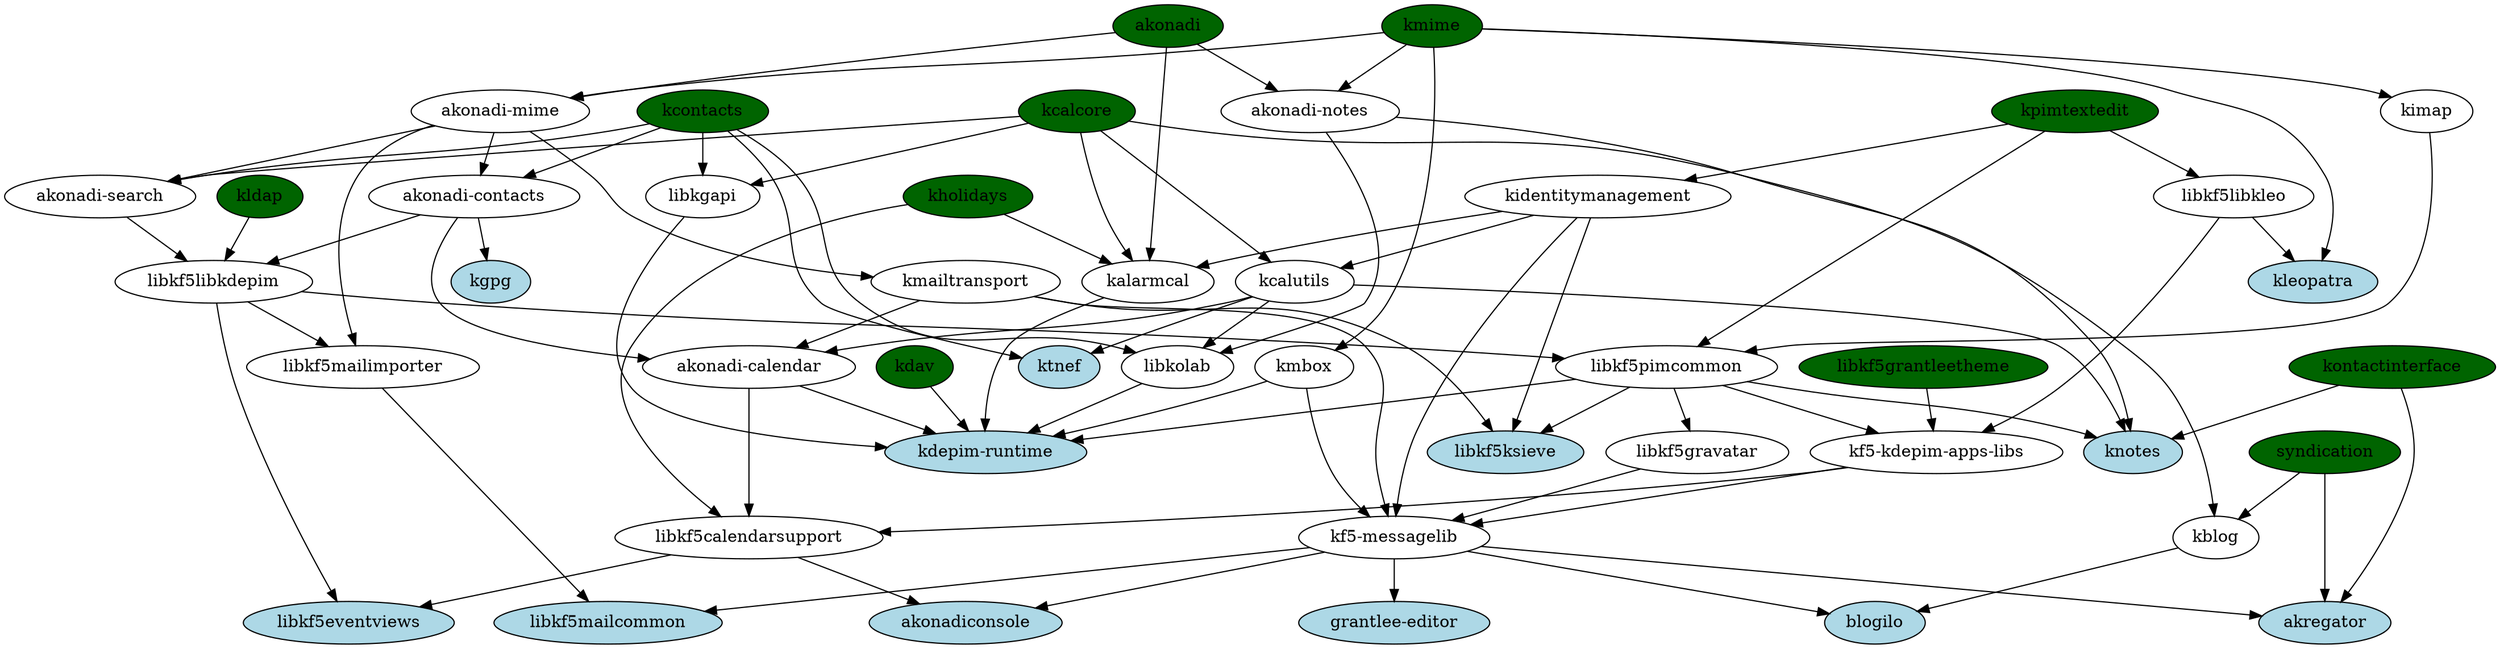
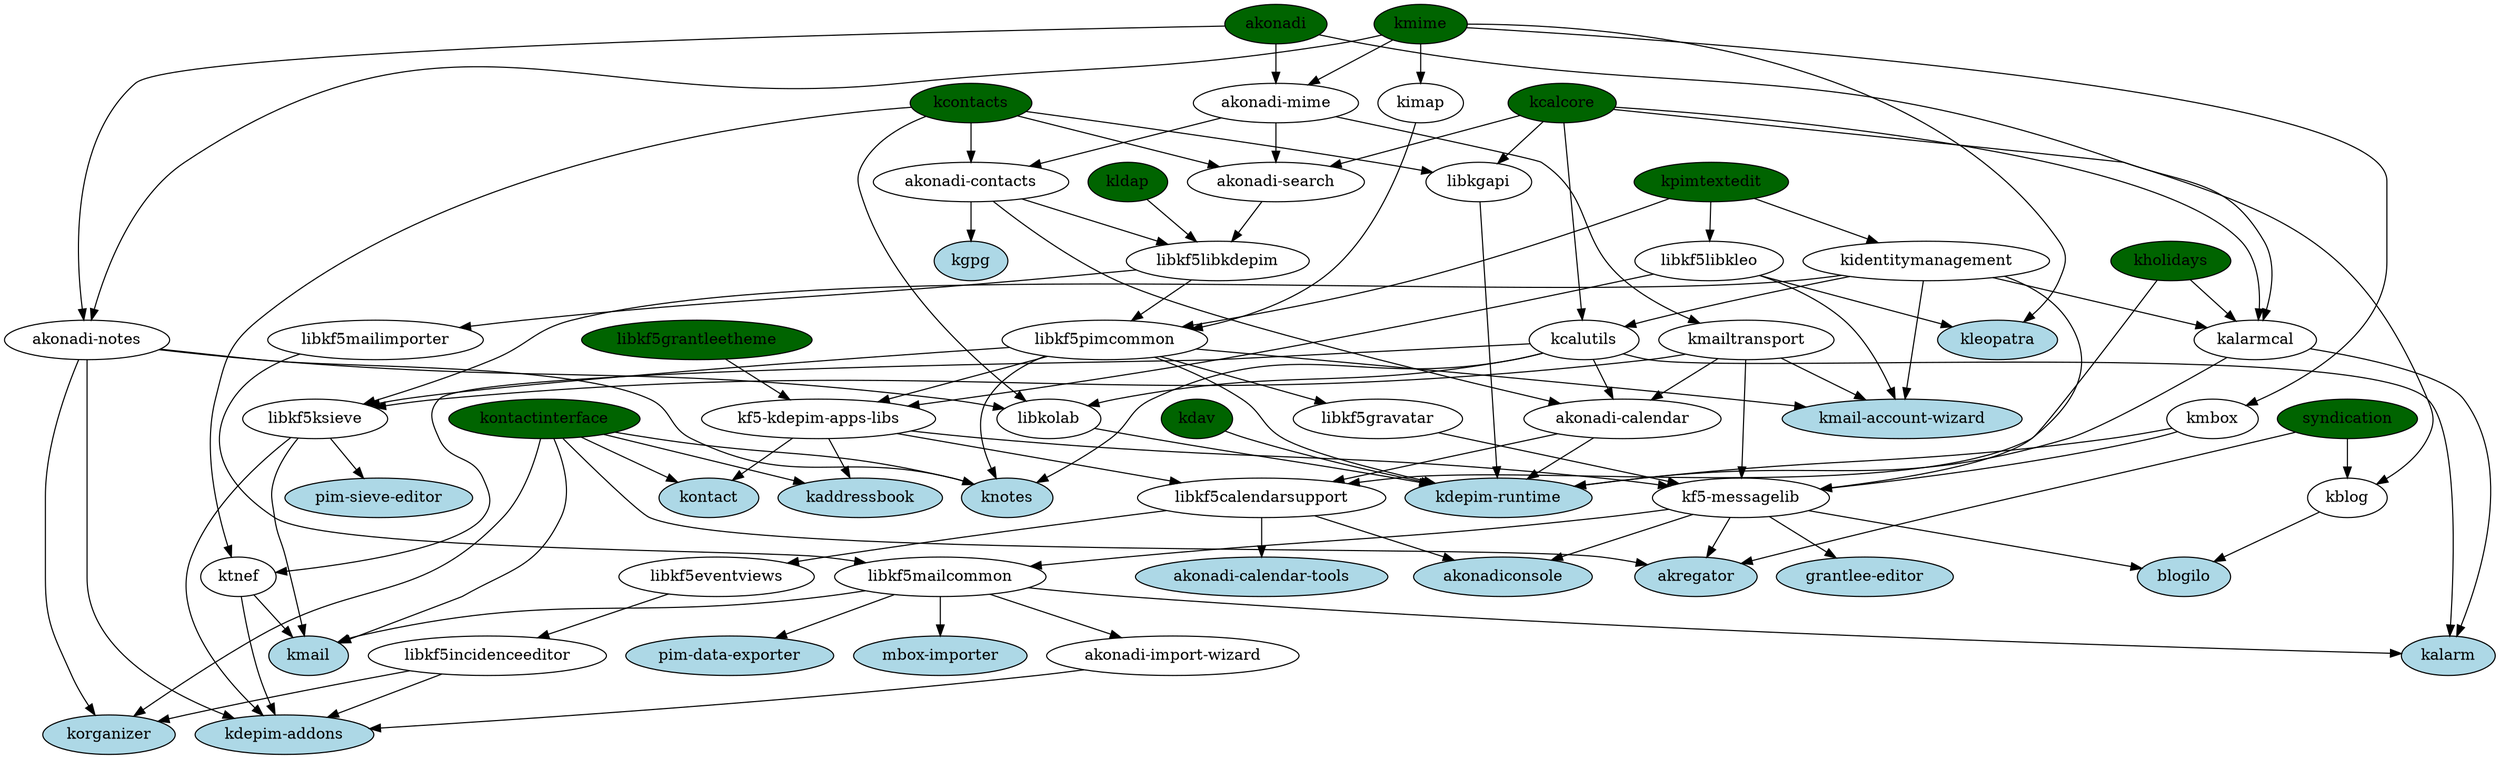
digraph pim {
  "kontactinterface" [fillcolor="darkgreen", style="filled"] ;
  "akonadi" [fillcolor="darkgreen", style="filled"] ;
-   "ktnef" [fillcolor="lightblue", style="filled"] ;
  "knotes" [fillcolor="lightblue", style="filled"] ;
  "libkf5grantleetheme" [fillcolor="darkgreen", style="filled"] ;
  "akonadiconsole" [fillcolor="lightblue", style="filled"] ;
+   "kalarm" [fillcolor="lightblue", style="filled"] ;
  "kmime" [fillcolor="darkgreen", style="filled"] ;
-   "kgpg" [fillcolor="lightblue", style="filled"] ;
-   "libkf5mailcommon" [fillcolor="lightblue", style="filled"] ;
+   "kmail-account-wizard" [fillcolor="lightblue", style="filled"] ;
  "kdepim-runtime" [fillcolor="lightblue", style="filled"] ;
+   "pim-data-exporter" [fillcolor="lightblue", style="filled"] ;
+   "mbox-importer" [fillcolor="lightblue", style="filled"] ;
  "grantlee-editor" [fillcolor="lightblue", style="filled"] ;
+   "kdepim-addons" [fillcolor="lightblue", style="filled"] ;
  "kleopatra" [fillcolor="lightblue", style="filled"] ;
  "kcontacts" [fillcolor="darkgreen", style="filled"] ;
  "kholidays" [fillcolor="darkgreen", style="filled"] ;
+   "korganizer" [fillcolor="lightblue", style="filled"] ;
+   "kaddressbook" [fillcolor="lightblue", style="filled"] ;
  "kdav" [fillcolor="darkgreen", style="filled"] ;
+   "akonadi-calendar-tools" [fillcolor="lightblue", style="filled"] ;
  "kpimtextedit" [fillcolor="darkgreen", style="filled"] ;
+   "kgpg" [fillcolor="lightblue", style="filled"] ;
+   "kmail" [fillcolor="lightblue", style="filled"] ;
  "kcalcore" [fillcolor="darkgreen", style="filled"] ;
  "kldap" [fillcolor="darkgreen", style="filled"] ;
  "syndication" [fillcolor="darkgreen", style="filled"] ;
  "blogilo" [fillcolor="lightblue", style="filled"] ;
  "akregator" [fillcolor="lightblue", style="filled"] ;
-   "libkf5ksieve" [fillcolor="lightblue", style="filled"] ;
-   "libkf5eventviews" [fillcolor="lightblue", style="filled"] ;
+   "pim-sieve-editor" [fillcolor="lightblue", style="filled"] ;
+   "kontact" [fillcolor="lightblue", style="filled"] ;
  "libkf5libkdepim" -> "libkf5mailimporter" ;
-   "akonadi-mime" -> "libkf5mailimporter" ;
  "kcalutils" -> "ktnef" ;
  "kcontacts" -> "ktnef" ;
  "kontactinterface" -> "knotes" ;
  "kcalutils" -> "knotes" ;
  "akonadi-notes" -> "knotes" ;
  "libkf5pimcommon" -> "knotes" ;
  "kcalcore" -> "kblog" ;
  "syndication" -> "kblog" ;
  "libkf5calendarsupport" -> "akonadiconsole" ;
  "kf5-messagelib" -> "akonadiconsole" ;
+   "libkf5eventviews" -> "libkf5incidenceeditor" ;
  "kcalcore" -> "kalarmcal" ;
  "akonadi" -> "kalarmcal" ;
  "kholidays" -> "kalarmcal" ;
  "kidentitymanagement" -> "kalarmcal" ;
  "kf5-kdepim-apps-libs" -> "kf5-messagelib" ;
  "kmailtransport" -> "kf5-messagelib" ;
  "libkf5gravatar" -> "kf5-messagelib" ;
  "kmbox" -> "kf5-messagelib" ;
  "kidentitymanagement" -> "kf5-messagelib" ;
+   "libkf5mailcommon" -> "kalarm" ;
+   "kcalutils" -> "kalarm" ;
+   "kalarmcal" -> "kalarm" ;
  "libkf5pimcommon" -> "libkf5gravatar" ;
  "kcalutils" -> "libkolab" ;
  "akonadi-notes" -> "libkolab" ;
  "kcontacts" -> "libkolab" ;
-   "akonadi-contacts" -> "kgpg" ;
+   "akonadi-mime" -> "akonadi-contacts" ;
+   "kcontacts" -> "akonadi-contacts" ;
  "libkf5mailimporter" -> "libkf5mailcommon" ;
  "kf5-messagelib" -> "libkf5mailcommon" ;
+   "kidentitymanagement" -> "kmail-account-wizard" ;
+   "libkf5libkleo" -> "kmail-account-wizard" ;
+   "kmailtransport" -> "kmail-account-wizard" ;
+   "libkf5pimcommon" -> "kmail-account-wizard" ;
  "akonadi-calendar" -> "kdepim-runtime" ;
  "libkgapi" -> "kdepim-runtime" ;
  "kalarmcal" -> "kdepim-runtime" ;
  "kdav" -> "kdepim-runtime" ;
  "libkf5pimcommon" -> "kdepim-runtime" ;
  "libkolab" -> "kdepim-runtime" ;
  "kmbox" -> "kdepim-runtime" ;
+   "libkf5mailcommon" -> "pim-data-exporter" ;
+   "libkf5mailcommon" -> "mbox-importer" ;
  "akonadi" -> "akonadi-mime" ;
  "kmime" -> "akonadi-mime" ;
  "kpimtextedit" -> "kidentitymanagement" ;
  "akonadi" -> "akonadi-notes" ;
  "kmime" -> "akonadi-notes" ;
  "kf5-messagelib" -> "grantlee-editor" ;
+   "ktnef" -> "kdepim-addons" ;
+   "libkf5incidenceeditor" -> "kdepim-addons" ;
+   "libkf5ksieve" -> "kdepim-addons" ;
+   "akonadi-import-wizard" -> "kdepim-addons" ;
+   "akonadi-notes" -> "kdepim-addons" ;
  "libkf5libkleo" -> "kleopatra" ;
  "kmime" -> "kleopatra" ;
  "libkf5grantleetheme" -> "kf5-kdepim-apps-libs" ;
  "libkf5libkleo" -> "kf5-kdepim-apps-libs" ;
  "libkf5pimcommon" -> "kf5-kdepim-apps-libs" ;
  "akonadi-contacts" -> "akonadi-calendar" ;
  "kmailtransport" -> "akonadi-calendar" ;
  "kcalutils" -> "akonadi-calendar" ;
  "kpimtextedit" -> "libkf5libkleo" ;
  "kimap" -> "libkf5pimcommon" ;
  "libkf5libkdepim" -> "libkf5pimcommon" ;
  "kpimtextedit" -> "libkf5pimcommon" ;
+   "libkf5incidenceeditor" -> "korganizer" ;
+   "akonadi-notes" -> "korganizer" ;
+   "kontactinterface" -> "korganizer" ;
  "kcalcore" -> "libkgapi" ;
  "kcontacts" -> "libkgapi" ;
+   "kf5-kdepim-apps-libs" -> "kaddressbook" ;
+   "kontactinterface" -> "kaddressbook" ;
  "akonadi-contacts" -> "libkf5libkdepim" ;
  "akonadi-search" -> "libkf5libkdepim" ;
  "kldap" -> "libkf5libkdepim" ;
  "kf5-kdepim-apps-libs" -> "libkf5calendarsupport" ;
  "akonadi-calendar" -> "libkf5calendarsupport" ;
  "kholidays" -> "libkf5calendarsupport" ;
  "akonadi-mime" -> "kmailtransport" ;
-   "akonadi-mime" -> "akonadi-contacts" ;
-   "kcontacts" -> "akonadi-contacts" ;
+   "libkf5calendarsupport" -> "akonadi-calendar-tools" ;
+   "akonadi-contacts" -> "kgpg" ;
+   "ktnef" -> "kmail" ;
+   "kontactinterface" -> "kmail" ;
+   "libkf5mailcommon" -> "kmail" ;
+   "libkf5ksieve" -> "kmail" ;
  "kmime" -> "kmbox" ;
  "kmime" -> "kimap" ;
  "kblog" -> "blogilo" ;
  "kf5-messagelib" -> "blogilo" ;
  "kontactinterface" -> "akregator" ;
  "syndication" -> "akregator" ;
  "kf5-messagelib" -> "akregator" ;
  "kcalcore" -> "kcalutils" ;
  "kidentitymanagement" -> "kcalutils" ;
+   "libkf5ksieve" -> "pim-sieve-editor" ;
  "kidentitymanagement" -> "libkf5ksieve" ;
  "kmailtransport" -> "libkf5ksieve" ;
  "libkf5pimcommon" -> "libkf5ksieve" ;
+   "libkf5mailcommon" -> "akonadi-import-wizard" ;
+   "kf5-kdepim-apps-libs" -> "kontact" ;
+   "kontactinterface" -> "kontact" ;
  "akonadi-mime" -> "akonadi-search" ;
  "kcalcore" -> "akonadi-search" ;
  "kcontacts" -> "akonadi-search" ;
-   "libkf5libkdepim" -> "libkf5eventviews" ;
  "libkf5calendarsupport" -> "libkf5eventviews" ;
}
